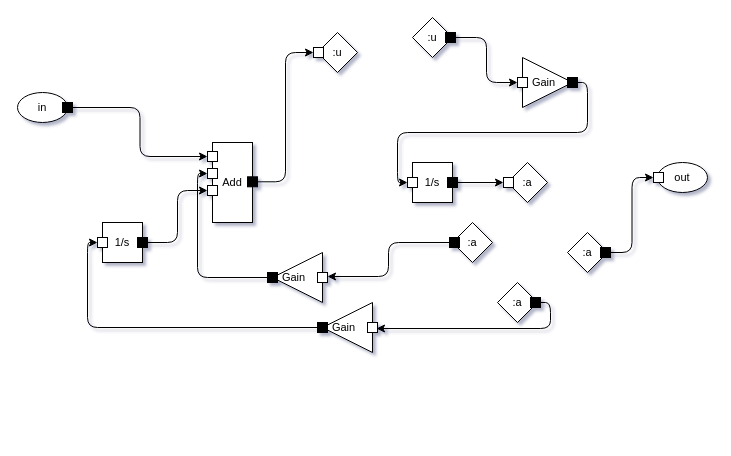
JuliaMBD/JuliaMBD.jl keeps this draw.io diagram as examples/old/RLC.drawio. Above is the earlier version. Source tidied: cells renumbered, new cells numbered last; positions are measured from the earlier drawing's top-left corner, leaving out a move shared by most shapes. Both pictures are drawn from the tidied source at 100%, with x=0, y=0 at pixel (17, 17).
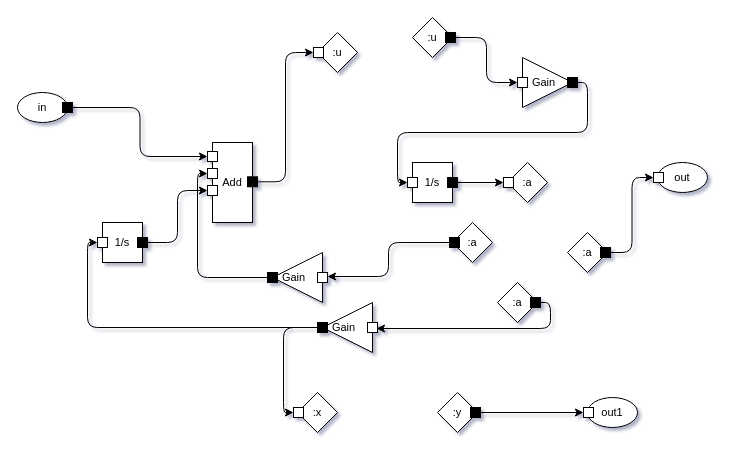
The same diagram, later.

The change refers to these unchanged cells:
```xml
<mxCell id="22" value="&lt;p style=&quot;line-height: 100%;&quot;&gt;&lt;br&gt;&lt;/p&gt;" style="whiteSpace=wrap;html=1;snapToPoint=1;points=[[0,0.5,0,0,0]];noLabel=0;overflow=visible;fillColor=#000000;" parent="20" vertex="1">
  <mxGeometry x="-5" y="20" width="10" height="10" as="geometry" />
</mxCell>
```

The edit, as a diff of the source:
```diff
@@
+    <object id="49" label="%tag%" placeholders="1" tag=":x">
+      <mxCell style="rhombus;whiteSpace=wrap;html=1;fontSize=11;" parent="1" vertex="1">
+        <mxGeometry x="280" y="375" width="40" height="40" as="geometry" />
+      </mxCell>
+    </object>
+    <mxCell id="50" value="&lt;p style=&quot;line-height: 100%;&quot;&gt;&lt;br&gt;&lt;/p&gt;" style="whiteSpace=wrap;html=1;snapToPoint=1;points=[[0,0.5,0,0,0]];noLabel=0;overflow=visible;direction=east;" parent="49" vertex="1">
+      <mxGeometry x="-4" y="15" width="10" height="10" as="geometry" />
+    </mxCell>
+    <mxCell id="51" style="edgeStyle=orthogonalEdgeStyle;html=1;exitX=0;exitY=0.5;exitDx=0;exitDy=0;exitPerimeter=0;entryX=0;entryY=0.5;entryDx=0;entryDy=0;entryPerimeter=0;" parent="1" edge="1" source="22" target="50">
+      <mxGeometry relative="1" as="geometry" />
+    </mxCell>
+    <object id="52" label="%tag%" placeholders="1" tag=":y">
+      <mxCell style="rhombus;whiteSpace=wrap;html=1;fontSize=11;" parent="1" vertex="1">
+        <mxGeometry x="420" y="375" width="40" height="40" as="geometry" />
+      </mxCell>
+    </object>
+    <mxCell id="53" value="&lt;p style=&quot;line-height: 100%;&quot;&gt;&lt;br&gt;&lt;/p&gt;" style="whiteSpace=wrap;html=1;snapToPoint=1;points=[[1,0.5,0,0,0]];noLabel=0;overflow=visible;fillColor=#000000;" parent="52" vertex="1">
+      <mxGeometry x="33" y="15" width="10" height="10" as="geometry" />
+    </mxCell>
+    <object id="54" label="&lt;font style=&quot;font-size: 11px;&quot;&gt;%name%&lt;/font&gt;" name="out1" placeholders="1">
+      <mxCell style="ellipse;whiteSpace=wrap;html=1;fontSize=18;spacingTop=-4;" parent="1" vertex="1">
+        <mxGeometry x="570" y="380" width="50" height="30" as="geometry" />
+      </mxCell>
+    </object>
+    <mxCell id="55" value="&lt;p style=&quot;line-height: 100%;&quot;&gt;&lt;br&gt;&lt;/p&gt;" style="whiteSpace=wrap;html=1;snapToPoint=1;points=[[0,0.5,0,0,0]];noLabel=0;overflow=visible;direction=east;" parent="54" vertex="1">
+      <mxGeometry x="-4" y="10" width="10" height="10" as="geometry" />
+    </mxCell>
+    <mxCell id="56" style="edgeStyle=orthogonalEdgeStyle;html=1;exitX=1;exitY=0.5;exitDx=0;exitDy=0;exitPerimeter=0;entryX=0;entryY=0.5;entryDx=0;entryDy=0;entryPerimeter=0;" parent="1" edge="1" source="53" target="55">
+      <mxGeometry relative="1" as="geometry" />
+    </mxCell>
```
